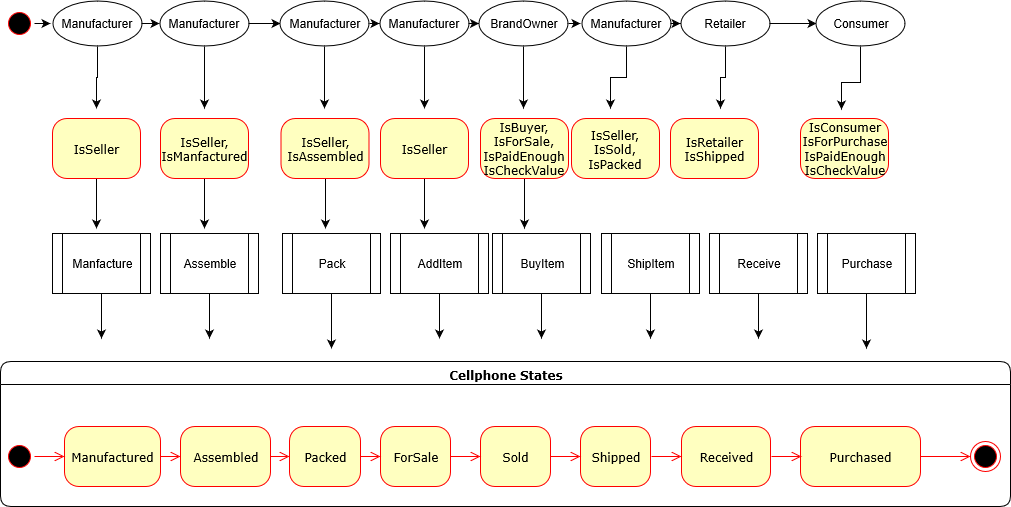
homeawaymg/ValueChain keeps this draw.io diagram as State Diagram.png. Above is the earlier version. Source tidied: cells renumbered, new cells last; positions are measured from the earlier drawing's top-left corner, leaving out a move shared by most shapes.
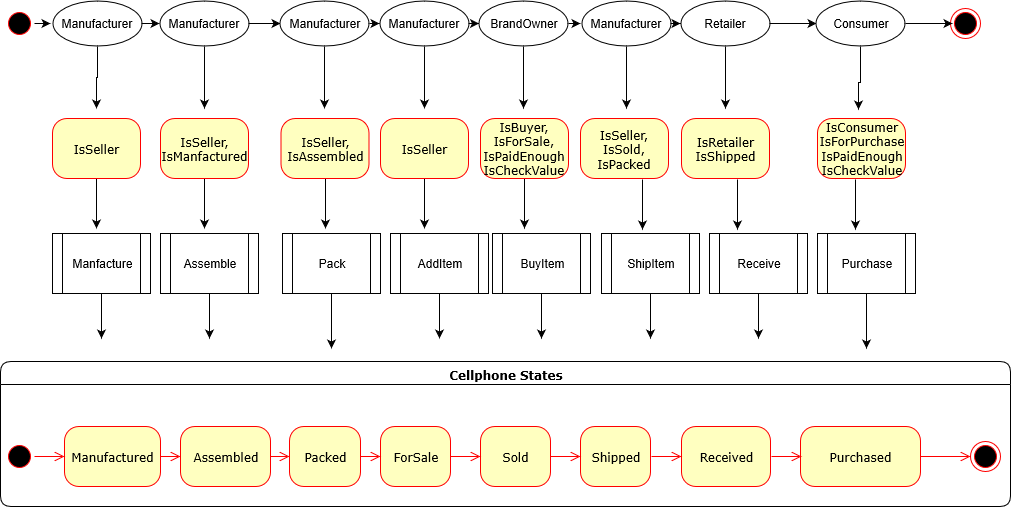
The same diagram one commit later.

Diff of the diagram source:
```diff
@@ -108,13 +108,13 @@
       <mxGeometry x="480" y="118" width="88" height="60" as="geometry" />
     </mxCell>
     <mxCell id="32" value="IsSeller, IsSold, IsPacked&lt;br&gt;" style="rounded=1;whiteSpace=wrap;html=1;arcSize=24;fillColor=#ffffc0;strokeColor=#ff0000;shadow=0;comic=0;labelBackgroundColor=none;fontFamily=Verdana;fontSize=12;fontColor=#000000;align=center;" parent="1" vertex="1">
-      <mxGeometry x="571" y="118" width="88" height="60" as="geometry" />
+      <mxGeometry x="580" y="118" width="88" height="60" as="geometry" />
     </mxCell>
     <mxCell id="33" value="IsRetailer&lt;br&gt;IsShipped&lt;br&gt;" style="rounded=1;whiteSpace=wrap;html=1;arcSize=24;fillColor=#ffffc0;strokeColor=#ff0000;shadow=0;comic=0;labelBackgroundColor=none;fontFamily=Verdana;fontSize=12;fontColor=#000000;align=center;" parent="1" vertex="1">
-      <mxGeometry x="670" y="118" width="88" height="60" as="geometry" />
+      <mxGeometry x="681" y="118" width="88" height="60" as="geometry" />
     </mxCell>
     <mxCell id="34" value="IsConsumer&lt;br&gt;IsForPurchase&lt;br&gt;IsPaidEnough&lt;br&gt;IsCheckValue&lt;br&gt;" style="rounded=1;whiteSpace=wrap;html=1;arcSize=24;fillColor=#ffffc0;strokeColor=#ff0000;shadow=0;comic=0;labelBackgroundColor=none;fontFamily=Verdana;fontSize=12;fontColor=#000000;align=center;" parent="1" vertex="1">
-      <mxGeometry x="800" y="118" width="88" height="60" as="geometry" />
+      <mxGeometry x="817" y="118" width="88" height="60" as="geometry" />
     </mxCell>
     <mxCell id="35" style="edgeStyle=orthogonalEdgeStyle;rounded=0;jettySize=auto;html=1;exitX=0.5;exitY=1;exitDx=0;exitDy=0;" parent="1" edge="1" source="36">
       <mxGeometry relative="1" as="geometry">
@@ -250,7 +250,10 @@
     </mxCell>
     <mxCell id="69" style="edgeStyle=orthogonalEdgeStyle;rounded=0;jettySize=auto;html=1;exitX=0.5;exitY=1;exitDx=0;exitDy=0;" parent="1" edge="1" source="70">
       <mxGeometry relative="1" as="geometry">
-        <mxPoint x="610" y="108" as="targetPoint" />
+        <mxPoint x="626" y="108" as="targetPoint" />
+        <Array as="points">
+          <mxPoint x="626" y="108" />
+        </Array>
       </mxGeometry>
     </mxCell>
     <mxCell id="70" value="Manufacturer" style="ellipse;whiteSpace=wrap;html=1;" parent="1" vertex="1">
@@ -261,7 +264,10 @@
     </mxCell>
     <mxCell id="72" style="edgeStyle=orthogonalEdgeStyle;rounded=0;jettySize=auto;html=1;exitX=0.5;exitY=1;exitDx=0;exitDy=0;" parent="1" edge="1" source="73">
       <mxGeometry relative="1" as="geometry">
-        <mxPoint x="720" y="108" as="targetPoint" />
+        <mxPoint x="725" y="108" as="targetPoint" />
+        <Array as="points">
+          <mxPoint x="725" y="108" />
+        </Array>
       </mxGeometry>
     </mxCell>
     <mxCell id="73" value="Retailer&lt;br&gt;" style="ellipse;whiteSpace=wrap;html=1;" parent="1" vertex="1">
@@ -273,5 +279,32 @@
     <mxCell id="75" value="Consumer&lt;br&gt;" style="ellipse;whiteSpace=wrap;html=1;" parent="1" vertex="1">
       <mxGeometry x="815.5" y="0.5" width="89" height="45" as="geometry" />
     </mxCell>
+    <mxCell id="76" style="edgeStyle=orthogonalEdgeStyle;rounded=0;orthogonalLoop=1;jettySize=auto;html=1;exitX=0.5;exitY=1;exitDx=0;exitDy=0;" parent="1" edge="1">
+      <mxGeometry relative="1" as="geometry">
+        <mxPoint x="642" y="179" as="sourcePoint" />
+        <mxPoint x="642" y="229" as="targetPoint" />
+      </mxGeometry>
+    </mxCell>
+    <mxCell id="77" style="edgeStyle=orthogonalEdgeStyle;rounded=0;orthogonalLoop=1;jettySize=auto;html=1;exitX=0.5;exitY=1;exitDx=0;exitDy=0;" parent="1" edge="1">
+      <mxGeometry relative="1" as="geometry">
+        <mxPoint x="737" y="179" as="sourcePoint" />
+        <mxPoint x="737" y="229" as="targetPoint" />
+      </mxGeometry>
+    </mxCell>
+    <mxCell id="78" style="edgeStyle=orthogonalEdgeStyle;rounded=0;orthogonalLoop=1;jettySize=auto;html=1;exitX=0.5;exitY=1;exitDx=0;exitDy=0;" parent="1" edge="1">
+      <mxGeometry relative="1" as="geometry">
+        <mxPoint x="855" y="179" as="sourcePoint" />
+        <mxPoint x="855" y="229" as="targetPoint" />
+      </mxGeometry>
+    </mxCell>
+    <mxCell id="79" style="ellipse;html=1;shape=endState;fillColor=#000000;strokeColor=#ff0000;rounded=1;shadow=0;comic=0;labelBackgroundColor=none;fontFamily=Verdana;fontSize=12;fontColor=#000000;align=center;" parent="1" vertex="1">
+      <mxGeometry x="950" y="8" width="30" height="30" as="geometry" />
+    </mxCell>
+    <mxCell id="80" style="edgeStyle=orthogonalEdgeStyle;rounded=0;orthogonalLoop=1;jettySize=auto;html=1;exitX=1;exitY=0.5;exitDx=0;exitDy=0;entryX=0;entryY=0.5;entryDx=0;entryDy=0;" parent="1" edge="1">
+      <mxGeometry relative="1" as="geometry">
+        <mxPoint x="905" y="23" as="sourcePoint" />
+        <mxPoint x="952" y="23" as="targetPoint" />
+      </mxGeometry>
+    </mxCell>
   </root>
 </mxGraphModel>
```
